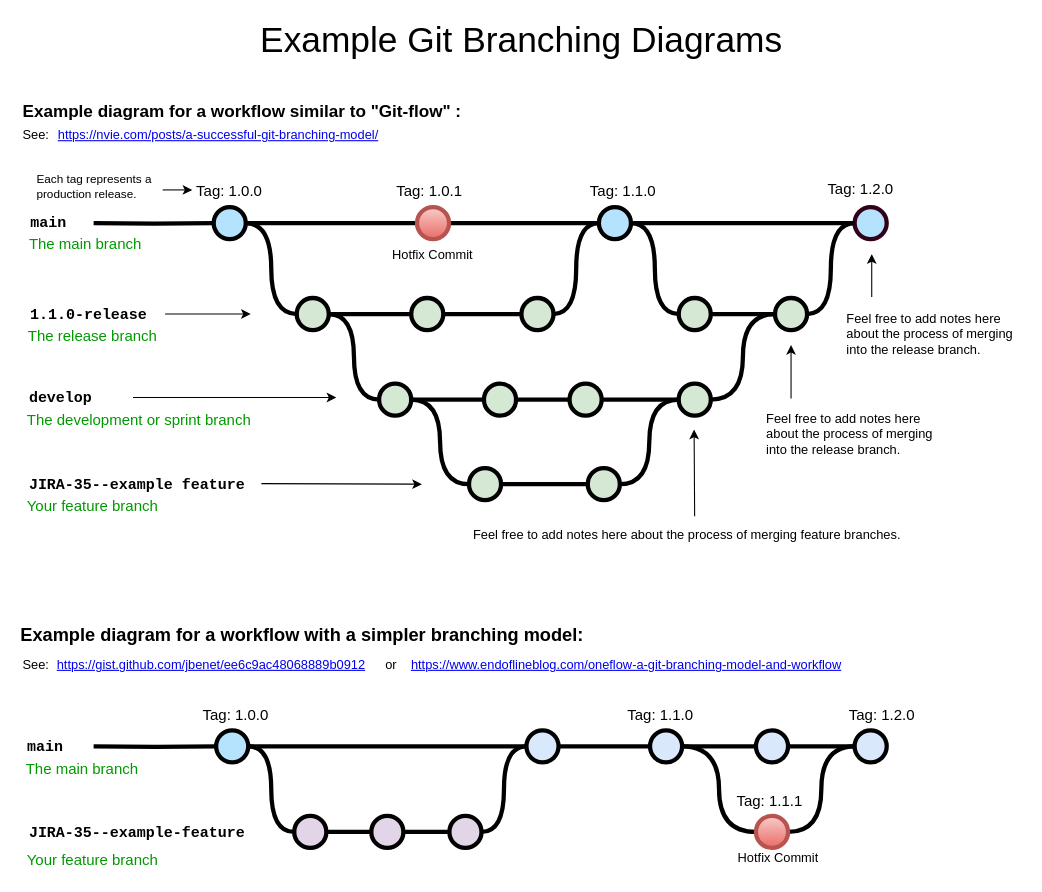
Above: BranchDiagram.drawio in BenCarter44/JonahProjectVR (draw.io), before the change. Source tidied: cells renumbered, new cells numbered last; positions are measured from the earlier drawing's top-left corner, leaving out a move shared by most shapes. Both pictures are drawn from the tidied source at 107%, with x=0, y=0 at pixel (18, 18).
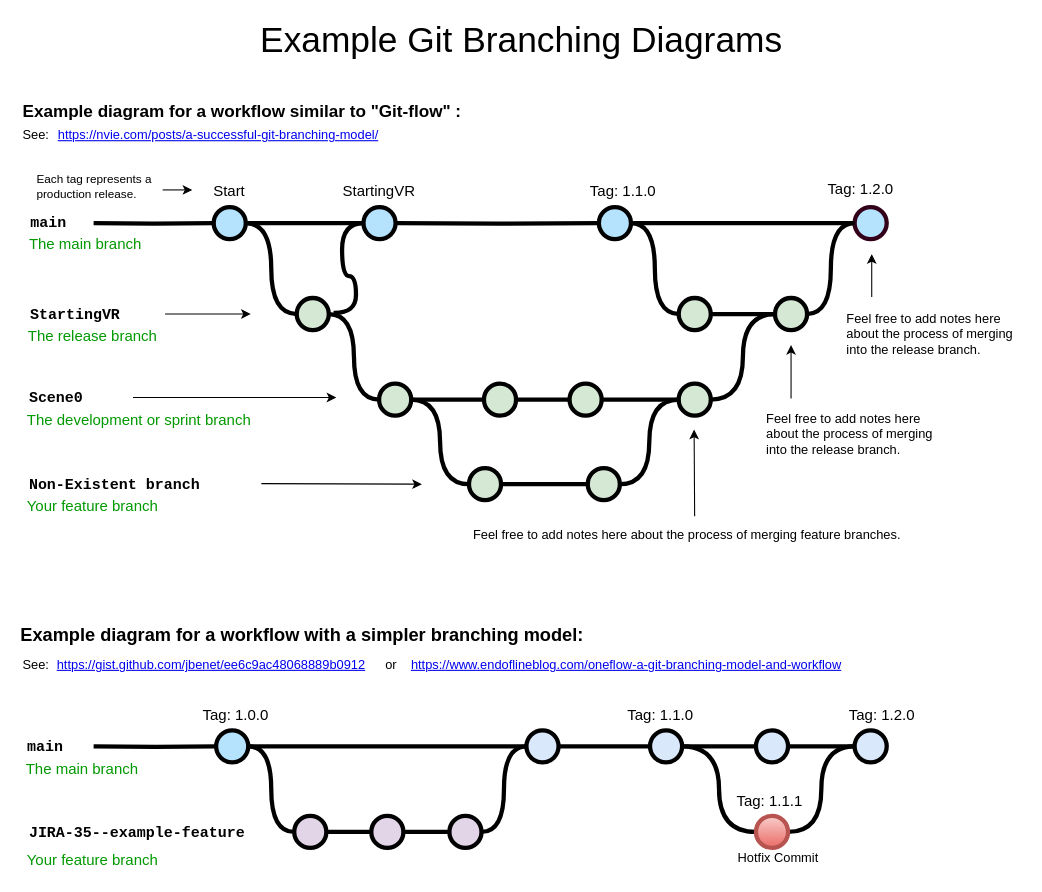
Above is the later version.

Commit message:
Update diagram pull request from StartingVR

Unchanged cells that the change refers to:
```xml
<mxCell id="5" style="verticalLabelPosition=bottom;verticalAlign=top;html=1;strokeWidth=4;shape=mxgraph.flowchart.on-page_reference;plain-blue;gradientColor=none;fillColor=#B5E3Fe;strokeColor=#000000;" parent="1" vertex="1">
  <mxGeometry x="182.2" y="176" width="30" height="30" as="geometry" />
</mxCell>
<mxCell id="8" style="verticalLabelPosition=bottom;verticalAlign=top;html=1;strokeWidth=4;shape=mxgraph.flowchart.on-page_reference;plain-blue;gradientColor=none;strokeColor=#000000;fillColor=#B5E3FE;" parent="1" vertex="1">
  <mxGeometry x="542.2" y="176" width="30" height="30" as="geometry" />
</mxCell>
<mxCell id="13" style="verticalLabelPosition=bottom;verticalAlign=top;html=1;strokeWidth=4;shape=mxgraph.flowchart.on-page_reference;plain-purple;gradientColor=none;strokeColor=#000000;fillColor=#D5E8D4;" parent="1" vertex="1">
  <mxGeometry x="259.8" y="261" width="30" height="30" as="geometry" />
</mxCell>
```

Change to the diagram source:
```diff
@@
-    <mxCell id="2" value="Hotfix Commit" style="text;html=1;strokeColor=none;fillColor=none;align=center;verticalAlign=middle;whiteSpace=wrap;overflow=hidden;" parent="1" vertex="1">
-      <mxGeometry x="347.2" y="206" width="80" height="30" as="geometry" />
-    </mxCell>
-    <mxCell id="3" style="edgeStyle=orthogonalEdgeStyle;rounded=0;html=1;jettySize=auto;plain-blue;endArrow=none;endFill=0;strokeWidth=4;strokeColor=#000000;entryX=0;entryY=0.5;entryDx=0;entryDy=0;entryPerimeter=0;" parent="1" edge="1" source="5" target="65">
-      <mxGeometry x="292.2" y="211" as="geometry" />
+    <mxCell id="3" style="edgeStyle=orthogonalEdgeStyle;rounded=0;html=1;jettySize=auto;plain-blue;endArrow=none;endFill=0;strokeWidth=4;strokeColor=#000000;entryX=0;entryY=0.5;entryDx=0;entryDy=0;entryPerimeter=0;" parent="1" edge="1" source="5">
+      <mxGeometry x="292.2" y="211" as="geometry">
+        <mxPoint x="322.2" y="191" as="targetPoint" />
+      </mxGeometry>
     </mxCell>
@@
-    <mxCell id="12" style="edgeStyle=orthogonalEdgeStyle;curved=1;rounded=0;html=1;exitX=1;exitY=0.5;exitPerimeter=0;endArrow=none;endFill=0;jettySize=auto;strokeWidth=4;fontSize=15;" parent="1" edge="1" source="13" target="15">
-      <mxGeometry relative="1" as="geometry" />
-    </mxCell>
@@
-    <mxCell id="14" style="edgeStyle=orthogonalEdgeStyle;curved=1;rounded=0;html=1;exitX=1;exitY=0.5;exitPerimeter=0;entryX=0;entryY=0.5;entryPerimeter=0;endArrow=none;endFill=0;jettySize=auto;strokeWidth=4;fontSize=15;" parent="1" edge="1" source="15" target="17">
-      <mxGeometry relative="1" as="geometry" />
-    </mxCell>
-    <mxCell id="15" style="verticalLabelPosition=bottom;verticalAlign=top;html=1;strokeWidth=4;shape=mxgraph.flowchart.on-page_reference;plain-purple;gradientColor=none;strokeColor=#000000;fillColor=#D5E8D4;" parent="1" vertex="1">
-      <mxGeometry x="366.8" y="261" width="30" height="30" as="geometry" />
-    </mxCell>
-    <mxCell id="16" style="edgeStyle=orthogonalEdgeStyle;curved=1;rounded=0;html=1;exitX=1;exitY=0.5;exitPerimeter=0;entryX=0;entryY=0.5;entryPerimeter=0;endArrow=none;endFill=0;jettySize=auto;strokeWidth=4;fontSize=15;" parent="1" edge="1" source="17" target="8">
-      <mxGeometry relative="1" as="geometry" />
-    </mxCell>
-    <mxCell id="17" style="verticalLabelPosition=bottom;verticalAlign=top;html=1;strokeWidth=4;shape=mxgraph.flowchart.on-page_reference;plain-purple;gradientColor=none;strokeColor=#000000;fillColor=#D5E8D4;" parent="1" vertex="1">
-      <mxGeometry x="469.8" y="261" width="30" height="30" as="geometry" />
-    </mxCell>
-    <mxCell id="18" value="1.1.0-release" style="text;html=1;strokeColor=none;fillColor=none;align=left;verticalAlign=middle;whiteSpace=wrap;overflow=hidden;fontSize=14;fontStyle=1;fontFamily=Courier New;" parent="1" vertex="1">
+    <mxCell id="18" value="StartingVR" style="text;html=1;strokeColor=none;fillColor=none;align=left;verticalAlign=middle;whiteSpace=wrap;overflow=hidden;fontSize=14;fontStyle=1;fontFamily=Courier New;" parent="1" vertex="1">
       <mxGeometry x="8.8" y="266" width="240" height="20" as="geometry" />
     </mxCell>
@@
-    <mxCell id="29" value="develop" style="text;html=1;strokeColor=none;fillColor=none;align=left;verticalAlign=middle;whiteSpace=wrap;overflow=hidden;fontSize=14;fontStyle=1;fontFamily=Courier New;" parent="1" vertex="1">
+    <mxCell id="29" value="Scene0" style="text;html=1;strokeColor=none;fillColor=none;align=left;verticalAlign=middle;whiteSpace=wrap;overflow=hidden;fontSize=14;fontStyle=1;fontFamily=Courier New;" parent="1" vertex="1">
       <mxGeometry x="7.8" y="344" width="91" height="20" as="geometry" />
     </mxCell>
@@
-    <mxCell id="34" value="JIRA-35--example feature" style="text;html=1;strokeColor=none;fillColor=none;align=left;verticalAlign=middle;whiteSpace=wrap;overflow=hidden;fontSize=14;fontStyle=1;fontFamily=Courier New;" parent="1" vertex="1">
+    <mxCell id="34" value="Non-Existent branch" style="text;html=1;strokeColor=none;fillColor=none;align=left;verticalAlign=middle;whiteSpace=wrap;overflow=hidden;fontSize=14;fontStyle=1;fontFamily=Courier New;" parent="1" vertex="1">
       <mxGeometry x="7.5" y="425" width="240" height="20" as="geometry" />
     </mxCell>
@@
-    <mxCell id="43" value="Tag: 1.0.0" style="text;html=1;strokeColor=none;fillColor=none;align=center;verticalAlign=middle;whiteSpace=wrap;overflow=hidden;fontSize=14;" parent="1" vertex="1">
+    <mxCell id="43" value="Start" style="text;html=1;strokeColor=none;fillColor=none;align=center;verticalAlign=middle;whiteSpace=wrap;overflow=hidden;fontSize=14;" parent="1" vertex="1">
       <mxGeometry x="162.2" y="150" width="70" height="20" as="geometry" />
     </mxCell>
@@
-    <mxCell id="64" style="edgeStyle=orthogonalEdgeStyle;rounded=0;jettySize=auto;html=1;fontSize=15;endArrow=none;endFill=0;strokeWidth=4;entryX=0;entryY=0.5;entryDx=0;entryDy=0;entryPerimeter=0;" parent="1" edge="1" source="65" target="8">
-      <mxGeometry relative="1" as="geometry" />
+    <mxCell id="64" style="edgeStyle=orthogonalEdgeStyle;rounded=0;jettySize=auto;html=1;fontSize=15;endArrow=none;endFill=0;strokeWidth=4;entryX=0;entryY=0.5;entryDx=0;entryDy=0;entryPerimeter=0;" parent="1" edge="1" target="8">
+      <mxGeometry relative="1" as="geometry">
+        <mxPoint x="352.2" y="191" as="sourcePoint" />
+      </mxGeometry>
     </mxCell>
-    <mxCell id="65" style="verticalLabelPosition=bottom;verticalAlign=top;html=1;strokeWidth=4;shape=mxgraph.flowchart.on-page_reference;plain-blue;gradientColor=#EA6B66;strokeColor=#B85450;fillColor=#F8CECC;" parent="1" vertex="1">
-      <mxGeometry x="372.2" y="176" width="30" height="30" as="geometry" />
-    </mxCell>
@@
-    <mxCell id="97" value="Tag: 1.0.1" style="text;html=1;strokeColor=none;fillColor=none;align=center;verticalAlign=middle;whiteSpace=wrap;overflow=hidden;fontSize=14;" parent="1" vertex="1">
-      <mxGeometry x="348.5" y="150" width="70" height="20" as="geometry" />
+    <mxCell id="97" value="StartingVR" style="text;html=1;strokeColor=none;fillColor=none;align=center;verticalAlign=middle;whiteSpace=wrap;overflow=hidden;fontSize=14;" parent="1" vertex="1">
+      <mxGeometry x="302.2" y="150" width="70" height="20" as="geometry" />
     </mxCell>
+    <mxCell id="98" style="edgeStyle=orthogonalEdgeStyle;curved=1;rounded=0;html=1;exitX=1;exitY=0.5;exitPerimeter=0;endArrow=none;endFill=0;jettySize=auto;strokeWidth=4;fontSize=15;entryX=0;entryY=0.5;entryDx=0;entryDy=0;entryPerimeter=0;" parent="1" edge="1" target="99">
+      <mxGeometry relative="1" as="geometry">
+        <mxPoint x="294.2" y="275" as="sourcePoint" />
+      </mxGeometry>
+    </mxCell>
+    <mxCell id="99" style="verticalLabelPosition=bottom;verticalAlign=top;html=1;strokeWidth=4;shape=mxgraph.flowchart.on-page_reference;plain-blue;gradientColor=none;fillColor=#B5E3Fe;strokeColor=#000000;" parent="1" vertex="1">
+      <mxGeometry x="322.2" y="176" width="30" height="30" as="geometry" />
+    </mxCell>
```
